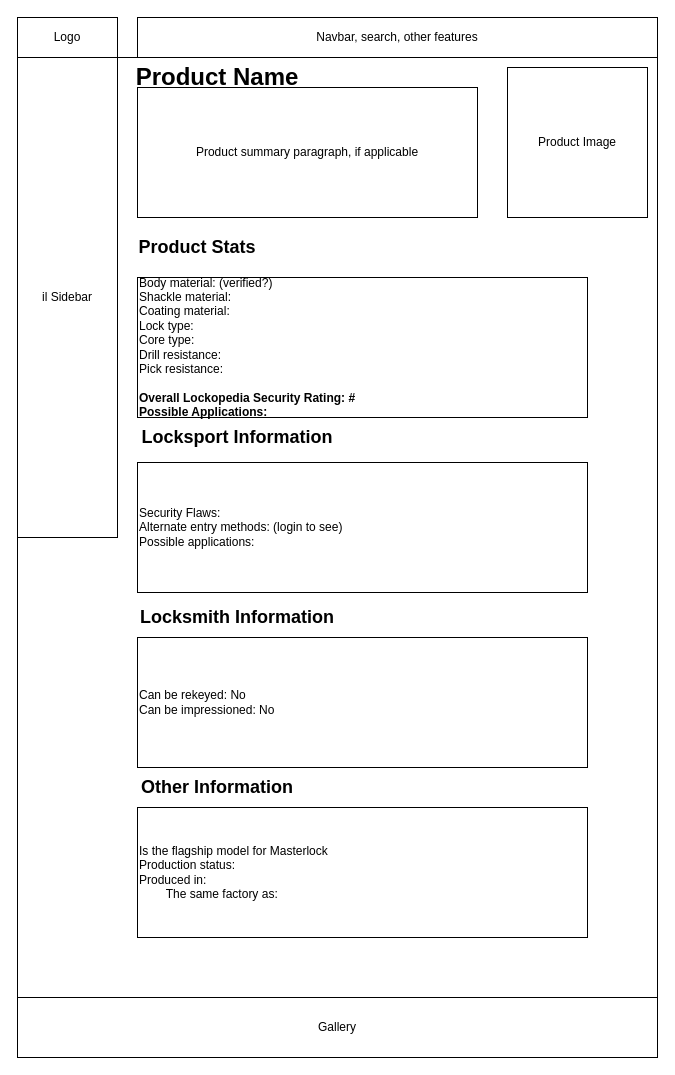
ThomasAMH/Lockopedia keeps this draw.io diagram as D - Page Design/lock-product-page.drawio. Above is the earlier version. Source tidied: cells renumbered, new cells numbered last; positions are measured from the earlier drawing's top-left corner, leaving out a move shared by most shapes. Both pictures are drawn from the tidied source at 100%, with x=0, y=0 at pixel (17, 17).
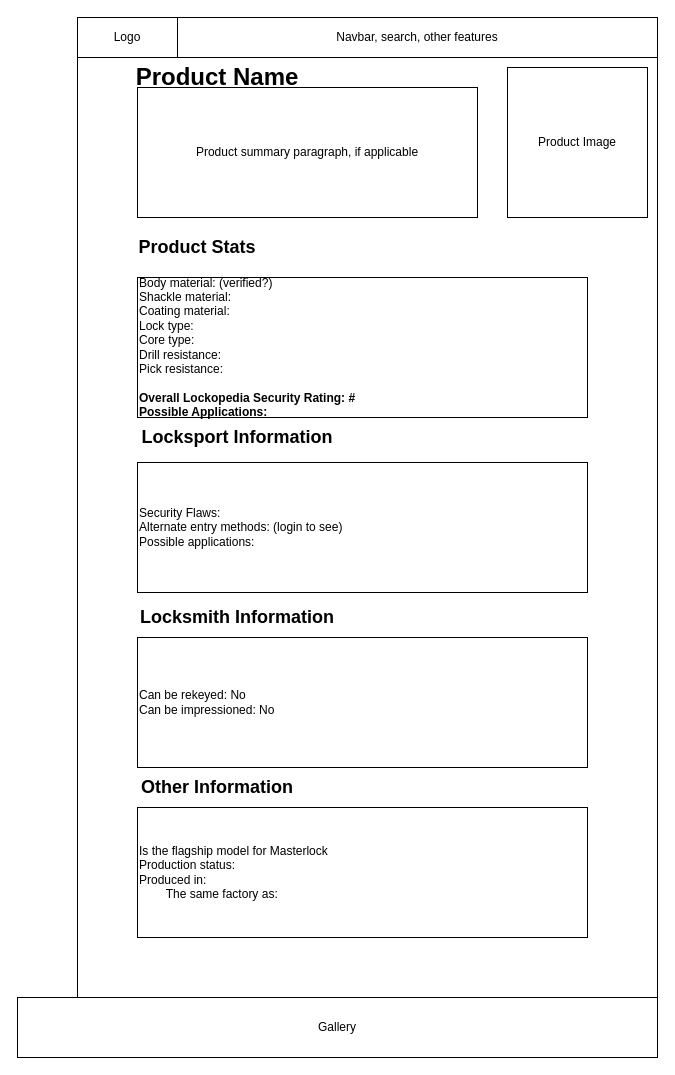
Above is the later version.

Change to the diagram source:
```diff
@@
 <mxGraphModel>
   <root>
     <mxCell id="0" />
     <mxCell id="1" parent="0" />
     <mxCell id="2" style="rounded=0;whiteSpace=wrap;html=1;" parent="1" vertex="1">
-      <mxGeometry y="40" width="640" height="940" as="geometry" />
+      <mxGeometry x="60" y="40" width="580" height="940" as="geometry" />
     </mxCell>
     <mxCell id="3" value="Logo" style="rounded=0;whiteSpace=wrap;html=1;" parent="1" vertex="1">
-      <mxGeometry width="100" height="40" as="geometry" />
+      <mxGeometry x="60" width="100" height="40" as="geometry" />
     </mxCell>
     <mxCell id="4" value="Navbar, search, other features" style="rounded=0;whiteSpace=wrap;html=1;" parent="1" vertex="1">
-      <mxGeometry x="120" width="520" height="40" as="geometry" />
+      <mxGeometry x="160" width="480" height="40" as="geometry" />
     </mxCell>
     <mxCell id="5" value="&lt;h1&gt;Product Name&lt;/h1&gt;" style="text;html=1;strokeColor=none;fillColor=none;align=center;verticalAlign=middle;whiteSpace=wrap;rounded=0;" parent="1" vertex="1">
       <mxGeometry x="100" y="50" width="200" height="20" as="geometry" />
     </mxCell>
-    <mxCell id="6" value="il Sidebar" style="rounded=0;whiteSpace=wrap;html=1;" parent="1" vertex="1">
-      <mxGeometry y="40" width="100" height="480" as="geometry" />
-    </mxCell>
     <mxCell id="7" value="Product Image" style="rounded=0;whiteSpace=wrap;html=1;" parent="1" vertex="1">
       <mxGeometry x="490" y="50" width="140" height="150" as="geometry" />
     </mxCell>
     <mxCell id="8" value="Product summary paragraph, if applicable" style="rounded=0;whiteSpace=wrap;html=1;" parent="1" vertex="1">
       <mxGeometry x="120" y="70" width="340" height="130" as="geometry" />
     </mxCell>
     <mxCell id="9" value="&lt;h2&gt;Product Stats&lt;/h2&gt;" style="text;html=1;strokeColor=none;fillColor=none;align=center;verticalAlign=middle;whiteSpace=wrap;rounded=0;" parent="1" vertex="1">
       <mxGeometry x="80" y="220" width="200" height="20" as="geometry" />
     </mxCell>
     <mxCell id="10" value="Body material: (verified?)&lt;br&gt;Shackle material:&lt;br&gt;Coating material:&lt;br&gt;Lock type:&lt;br&gt;Core type:&lt;br&gt;Drill resistance:&lt;br&gt;Pick resistance:&lt;br&gt;&lt;br&gt;&lt;b&gt;Overall Lockopedia Security Rating: #&lt;br&gt;Possible Applications:&lt;br&gt;&lt;/b&gt;" style="rounded=0;whiteSpace=wrap;html=1;align=left;" parent="1" vertex="1">
       <mxGeometry x="120" y="260" width="450" height="140" as="geometry" />
     </mxCell>
     <mxCell id="11" value="&lt;h2&gt;Locksport Information&lt;/h2&gt;" style="text;html=1;strokeColor=none;fillColor=none;align=center;verticalAlign=middle;whiteSpace=wrap;rounded=0;" parent="1" vertex="1">
       <mxGeometry x="60" y="410" width="320" height="20" as="geometry" />
     </mxCell>
     <mxCell id="12" value="Security Flaws:&lt;br&gt;Alternate entry methods: (login to see)&lt;br&gt;Possible applications:" style="rounded=0;whiteSpace=wrap;html=1;align=left;" parent="1" vertex="1">
       <mxGeometry x="120" y="445" width="450" height="130" as="geometry" />
     </mxCell>
     <mxCell id="13" value="Is the flagship model for Masterlock&lt;br&gt;Production status:&lt;br&gt;Produced in:&lt;br&gt;&lt;span style=&quot;white-space: pre&quot;&gt;&#9;&lt;/span&gt;The same factory as:&lt;br&gt;" style="rounded=0;whiteSpace=wrap;html=1;align=left;" parent="1" vertex="1">
       <mxGeometry x="120" y="790" width="450" height="130" as="geometry" />
     </mxCell>
     <mxCell id="14" value="&lt;h2&gt;Other Information&lt;/h2&gt;" style="text;html=1;strokeColor=none;fillColor=none;align=center;verticalAlign=middle;whiteSpace=wrap;rounded=0;" parent="1" vertex="1">
       <mxGeometry x="40" y="760" width="320" height="20" as="geometry" />
     </mxCell>
     <mxCell id="15" value="Gallery" style="rounded=0;whiteSpace=wrap;html=1;" parent="1" vertex="1">
       <mxGeometry y="980" width="640" height="60" as="geometry" />
     </mxCell>
     <mxCell id="16" value="&lt;h2&gt;Locksmith Information&lt;/h2&gt;" style="text;html=1;strokeColor=none;fillColor=none;align=center;verticalAlign=middle;whiteSpace=wrap;rounded=0;" parent="1" vertex="1">
       <mxGeometry x="60" y="590" width="320" height="20" as="geometry" />
     </mxCell>
     <mxCell id="17" value="Can be rekeyed: No&lt;br&gt;Can be impressioned: No" style="rounded=0;whiteSpace=wrap;html=1;align=left;" parent="1" vertex="1">
       <mxGeometry x="120" y="620" width="450" height="130" as="geometry" />
     </mxCell>
   </root>
 </mxGraphModel>
```
